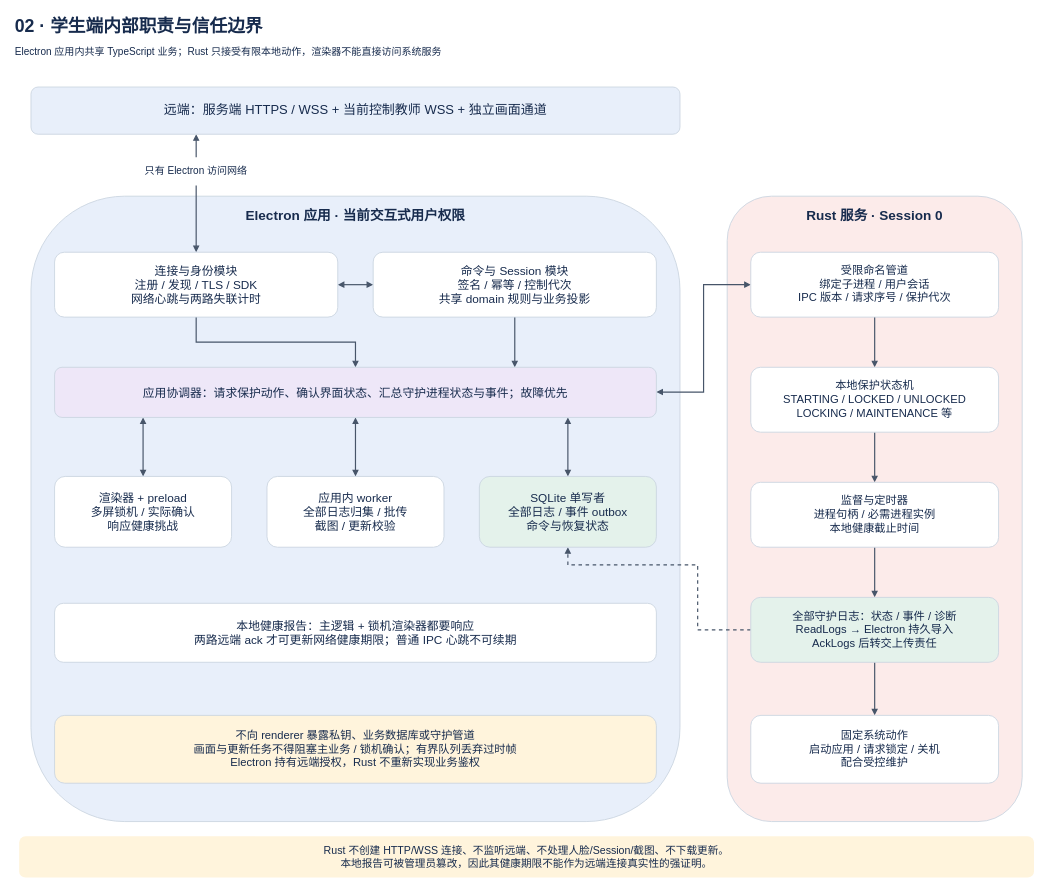
Above: page "02 · 学生端内部职责与信任边界" (2 of 10) of docs/architecture.drawio in lmyzzzz/cyez-library-management (draw.io), before the change. Source tidied: cells renumbered, new cells numbered last; positions are measured from the earlier drawing's top-left corner, leaving out a move shared by most shapes. Both pictures are drawn from the tidied source at 59%, with x=0, y=0 at pixel (10, 10).
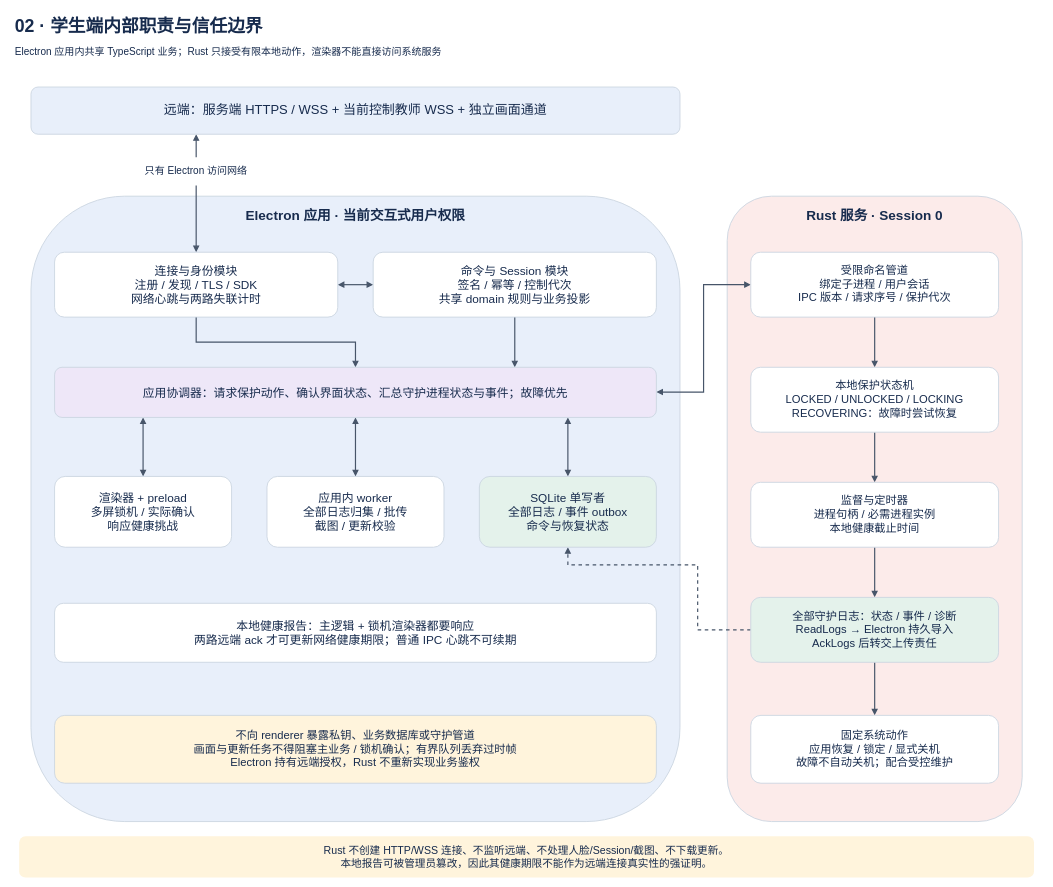
After the change.

Diff of the diagram source:
```diff
@@
-    <mxCell id="32" value="本地保护状态机&#10;STARTING / LOCKED / UNLOCKED&#10;LOCKING / MAINTENANCE 等" style="rounded=1;whiteSpace=wrap;html=0;fillColor=#ffffff;strokeColor=#cbd5e1;strokeWidth=1.5;fontColor=#172b4d;fontFamily=Microsoft YaHei;fontSize=19;fontStyle=0;align=center;verticalAlign=middle;spacing=8;" parent="1" vertex="1">
+    <mxCell id="32" value="本地保护状态机&#10;LOCKED / UNLOCKED / LOCKING&#10;RECOVERING：故障时尝试恢复" style="rounded=1;whiteSpace=wrap;html=0;fillColor=#ffffff;strokeColor=#cbd5e1;strokeWidth=1.5;fontColor=#172b4d;fontFamily=Microsoft YaHei;fontSize=19;fontStyle=0;align=center;verticalAlign=middle;spacing=8;" parent="1" vertex="1">
       <mxGeometry x="1255" y="605" width="420" height="110" as="geometry" />
     </mxCell>
@@
-    <mxCell id="35" value="固定系统动作&#10;启动应用 / 请求锁定 / 关机&#10;配合受控维护" style="rounded=1;whiteSpace=wrap;html=0;fillColor=#ffffff;strokeColor=#cbd5e1;strokeWidth=1.5;fontColor=#172b4d;fontFamily=Microsoft YaHei;fontSize=19;fontStyle=0;align=center;verticalAlign=middle;spacing=8;" parent="1" vertex="1">
+    <mxCell id="35" value="固定系统动作&#10;应用恢复 / 锁定 / 显式关机&#10;故障不自动关机；配合受控维护" style="rounded=1;whiteSpace=wrap;html=0;fillColor=#ffffff;strokeColor=#cbd5e1;strokeWidth=1.5;fontColor=#172b4d;fontFamily=Microsoft YaHei;fontSize=19;fontStyle=0;align=center;verticalAlign=middle;spacing=8;" parent="1" vertex="1">
       <mxGeometry x="1255" y="1195" width="420" height="115" as="geometry" />
     </mxCell>
```
